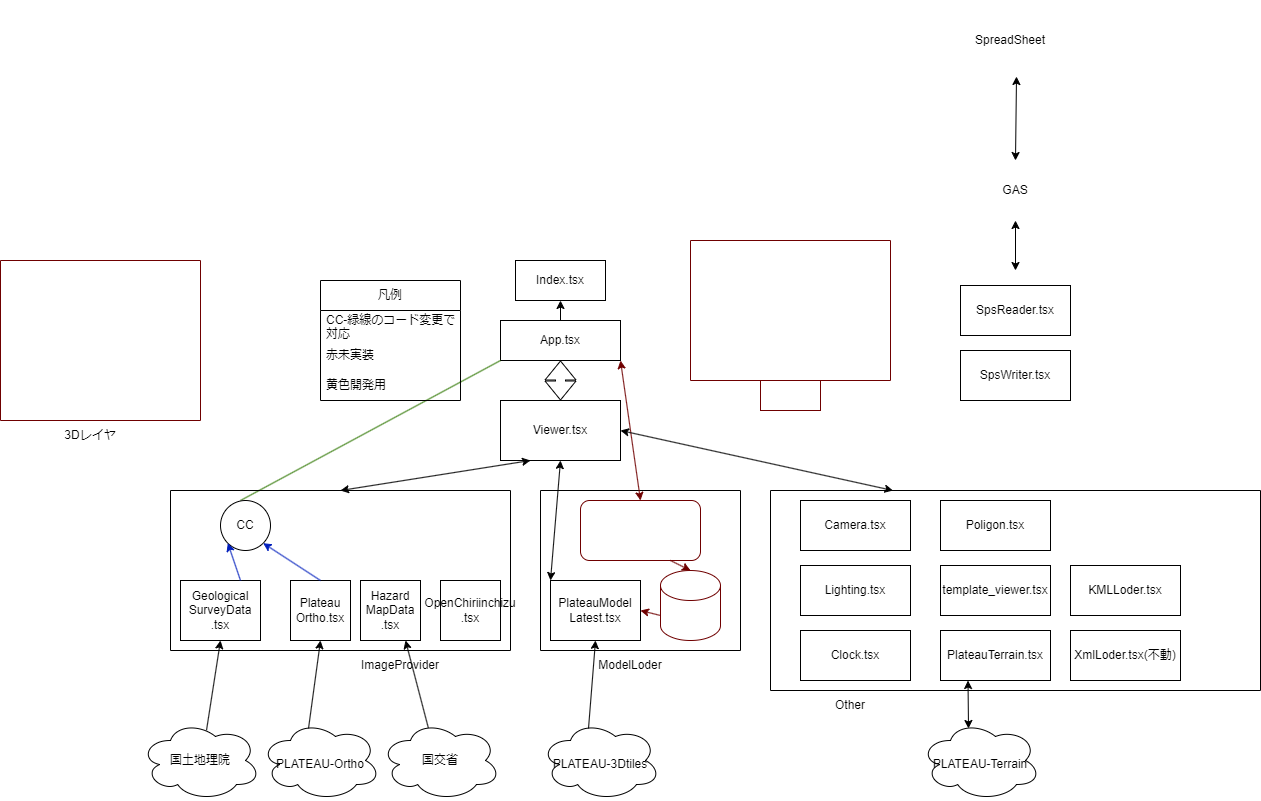
The draw.io diagram sekkei.drawio.png in nanten-pi/Plateau_2024, before a commit. Source tidied: cells renumbered, new cells last; positions are measured from the earlier drawing's top-left corner, leaving out a move shared by most shapes.
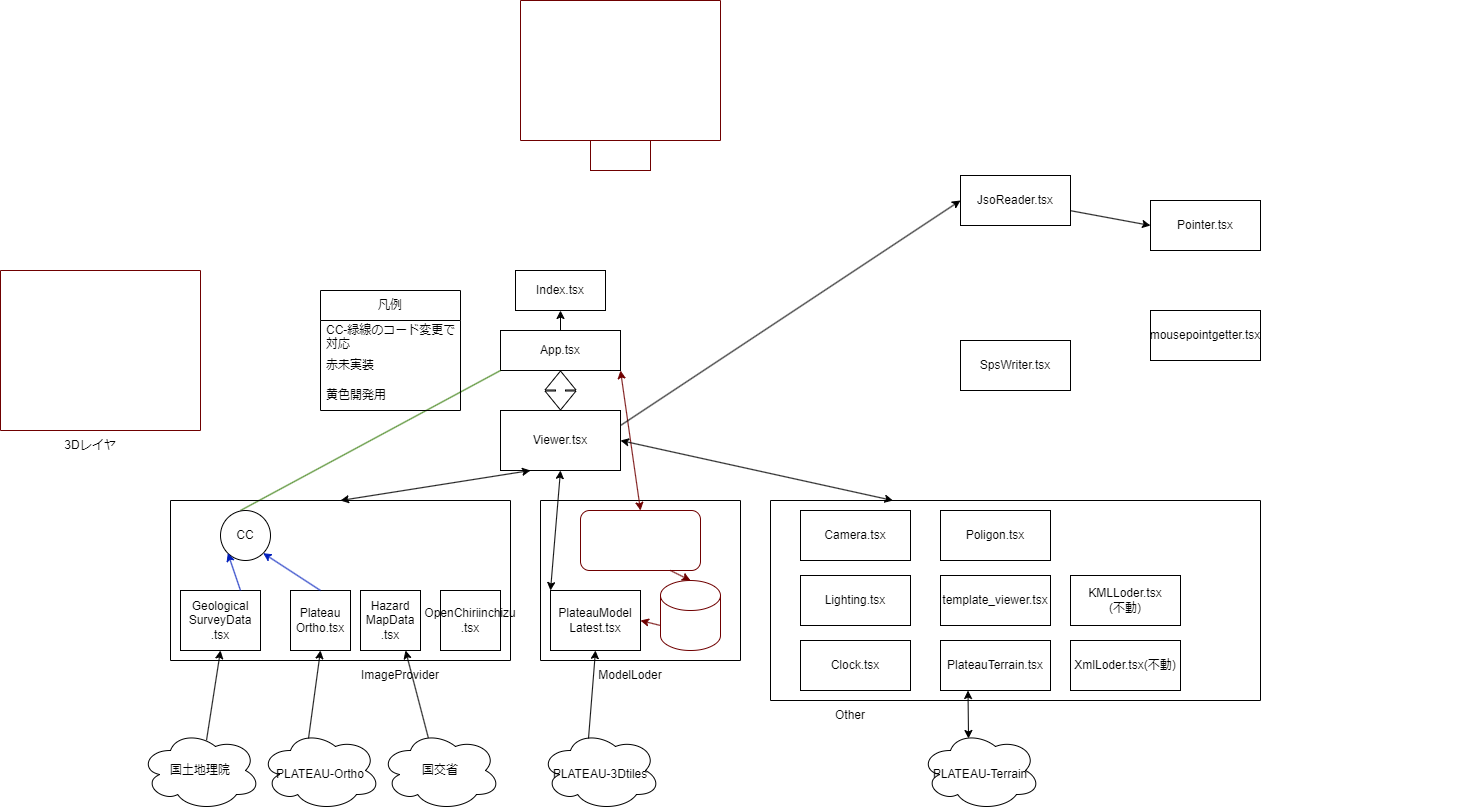
After the commit.

The edit, as a diff of the source:
```diff
@@ -89,14 +89,23 @@
       <mxGeometry x="600" y="650" width="60" height="30" as="geometry" />
     </mxCell>
     <mxCell id="30" style="swimlane;startSize=0;fillColor=none;fontColor=#ffffff;strokeColor=#FFFFFF;" parent="1" vertex="1">
-      <mxGeometry x="915" y="270" width="200" height="140" as="geometry" />
+      <mxGeometry x="915" y="150" width="545" height="260" as="geometry" />
     </mxCell>
+    <mxCell id="64" style="edgeStyle=none;html=1;entryX=0;entryY=0.5;entryDx=0;entryDy=0;" parent="30" edge="1" source="31" target="63">
+      <mxGeometry relative="1" as="geometry" />
+    </mxCell>
-    <mxCell id="31" value="SpsReader.tsx" style="rounded=0;whiteSpace=wrap;html=1;fillColor=none;" parent="30" vertex="1">
+    <mxCell id="31" value="JsoReader.tsx" style="rounded=0;whiteSpace=wrap;html=1;fillColor=none;" parent="30" vertex="1">
       <mxGeometry x="45" y="15" width="110" height="50" as="geometry" />
     </mxCell>
     <mxCell id="32" value="SpsWriter.tsx" style="rounded=0;whiteSpace=wrap;html=1;fillColor=none;" parent="30" vertex="1">
-      <mxGeometry x="45" y="80" width="110" height="50" as="geometry" />
+      <mxGeometry x="45" y="180" width="110" height="50" as="geometry" />
     </mxCell>
+    <mxCell id="63" value="Pointer.tsx" style="rounded=0;whiteSpace=wrap;html=1;fillColor=none;" parent="30" vertex="1">
+      <mxGeometry x="235" y="40" width="110" height="50" as="geometry" />
+    </mxCell>
+    <mxCell id="65" value="mousepointgetter.tsx" style="rounded=0;whiteSpace=wrap;html=1;fillColor=none;" parent="30" vertex="1">
+      <mxGeometry x="235" y="150" width="110" height="50" as="geometry" />
+    </mxCell>
     <mxCell id="33" value="Editor" style="text;html=1;strokeColor=#FFFFFF;fillColor=none;align=center;verticalAlign=middle;whiteSpace=wrap;rounded=0;fontColor=#ffffff;" parent="1" vertex="1">
       <mxGeometry x="985" y="410" width="60" height="30" as="geometry" />
     </mxCell>
@@ -127,7 +136,7 @@
     <mxCell id="42" value="Poligon.tsx" style="rounded=0;whiteSpace=wrap;html=1;fillColor=none;" parent="35" vertex="1">
       <mxGeometry x="170" y="10" width="110" height="50" as="geometry" />
     </mxCell>
-    <mxCell id="43" value="KMLLoder.tsx" style="rounded=0;whiteSpace=wrap;html=1;fillColor=none;" parent="35" vertex="1">
+    <mxCell id="43" value="KMLLoder.tsx&lt;br&gt;(不動)" style="rounded=0;whiteSpace=wrap;html=1;fillColor=none;" parent="35" vertex="1">
       <mxGeometry x="300" y="75" width="110" height="50" as="geometry" />
     </mxCell>
     <mxCell id="44" value="Other" style="text;html=1;strokeColor=none;fillColor=none;align=center;verticalAlign=middle;whiteSpace=wrap;rounded=0;" parent="1" vertex="1">
@@ -152,10 +161,10 @@
       <mxGeometry relative="1" as="geometry" />
     </mxCell>
     <mxCell id="51" style="swimlane;startSize=0;fontSize=12;fillColor=none;fontColor=#ffffff;strokeColor=#6F0000;" parent="1" vertex="1">
-      <mxGeometry x="690" y="240" width="200" height="140" as="geometry" />
+      <mxGeometry x="520" y="-10" width="200" height="140" as="geometry" />
     </mxCell>
     <mxCell id="52" value="Simulator" style="text;html=1;strokeColor=#6F0000;fillColor=none;align=center;verticalAlign=middle;whiteSpace=wrap;rounded=0;fontColor=#ffffff;" parent="1" vertex="1">
-      <mxGeometry x="760" y="380" width="60" height="30" as="geometry" />
+      <mxGeometry x="590" y="130" width="60" height="30" as="geometry" />
     </mxCell>
     <mxCell id="53" value="Index.tsx" style="rounded=0;whiteSpace=wrap;html=1;fontSize=12;fillColor=none;" parent="1" vertex="1">
       <mxGeometry x="515" y="260" width="90" height="40" as="geometry" />
@@ -178,17 +187,8 @@
     <mxCell id="59" value="3Dレイヤ" style="text;html=1;strokeColor=none;fillColor=none;align=center;verticalAlign=middle;whiteSpace=wrap;rounded=0;" parent="1" vertex="1">
       <mxGeometry x="60" y="420" width="60" height="30" as="geometry" />
     </mxCell>
-    <mxCell id="60" value="GAS" style="rounded=0;whiteSpace=wrap;html=1;strokeColor=#FFFFFF;" parent="1" vertex="1">
-      <mxGeometry x="955" y="160" width="120" height="60" as="geometry" />
-    </mxCell>
-    <mxCell id="61" value="SpreadSheet" style="ellipse;shape=cloud;whiteSpace=wrap;html=1;strokeColor=#FFFFFF;" parent="1" vertex="1">
-      <mxGeometry x="950" width="120" height="80" as="geometry" />
-    </mxCell>
-    <mxCell id="62" style="endArrow=classic;startArrow=classic;html=1;entryX=0.5;entryY=1;entryDx=0;entryDy=0;exitX=0.5;exitY=0;exitDx=0;exitDy=0;" parent="1" edge="1" source="30" target="60">
-      <mxGeometry relative="1" as="geometry" />
-    </mxCell>
-    <mxCell id="63" style="endArrow=classic;startArrow=classic;html=1;exitX=0.5;exitY=0;exitDx=0;exitDy=0;entryX=0.55;entryY=0.95;entryDx=0;entryDy=0;entryPerimeter=0;" parent="1" edge="1" source="60" target="61">
-      <mxGeometry relative="1" as="geometry" />
-    </mxCell>
+    <mxCell id="66" style="endArrow=classic;html=1;entryX=0;entryY=0.5;entryDx=0;entryDy=0;exitX=1;exitY=0.25;exitDx=0;exitDy=0;" parent="1" edge="1" source="4" target="31">
+      <mxGeometry relative="1" as="geometry" />
+    </mxCell>
   </root>
 </mxGraphModel>
```
